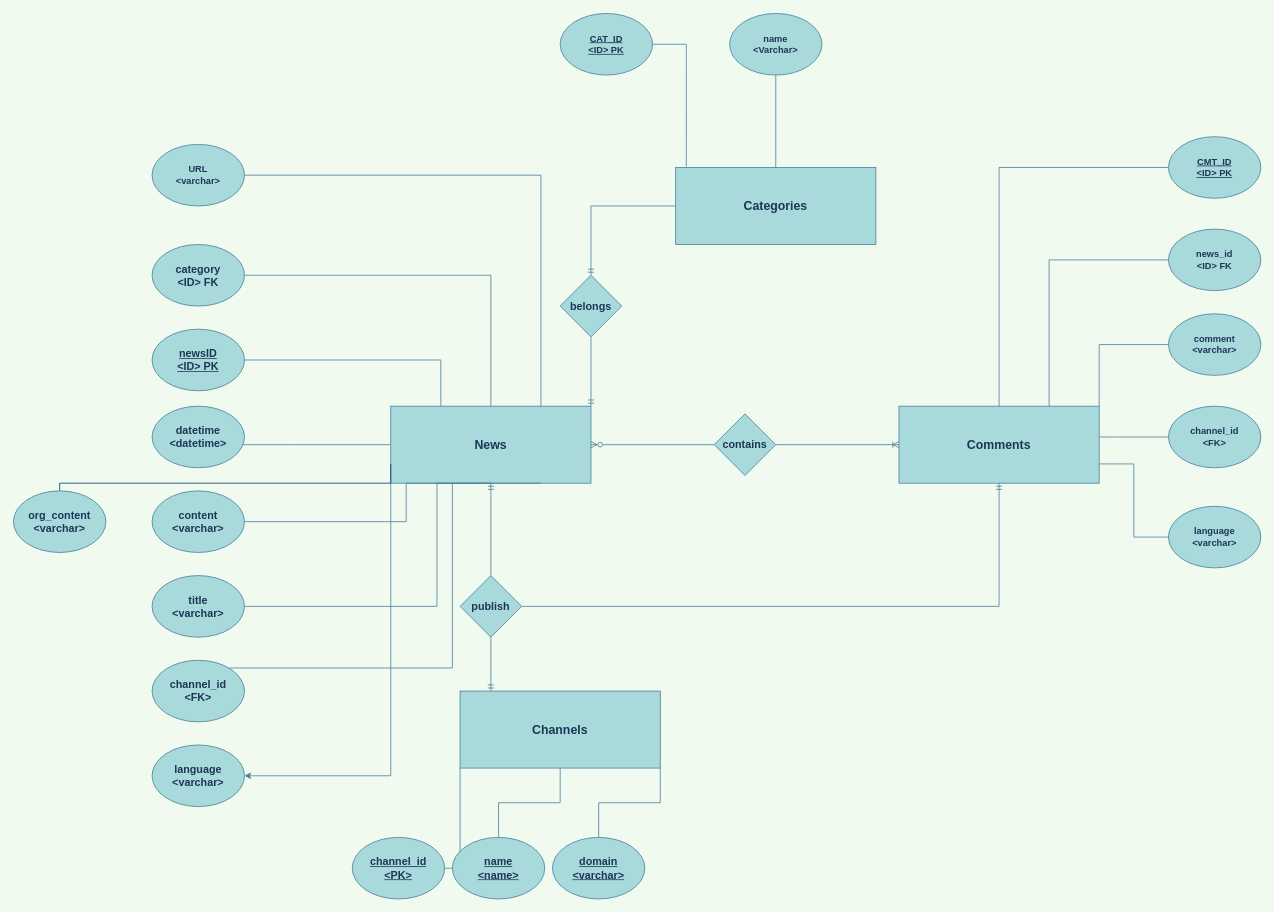
xiaochen93/xiaochen93 keeps this draw.io diagram as news_dataset.drawio. Above is the earlier version. Source tidied: cells renumbered, new cells numbered last; positions are measured from the earlier drawing's top-left corner, leaving out a move shared by most shapes. Both pictures are drawn from the tidied source at 77%, with x=0, y=0 at pixel (13, 13).
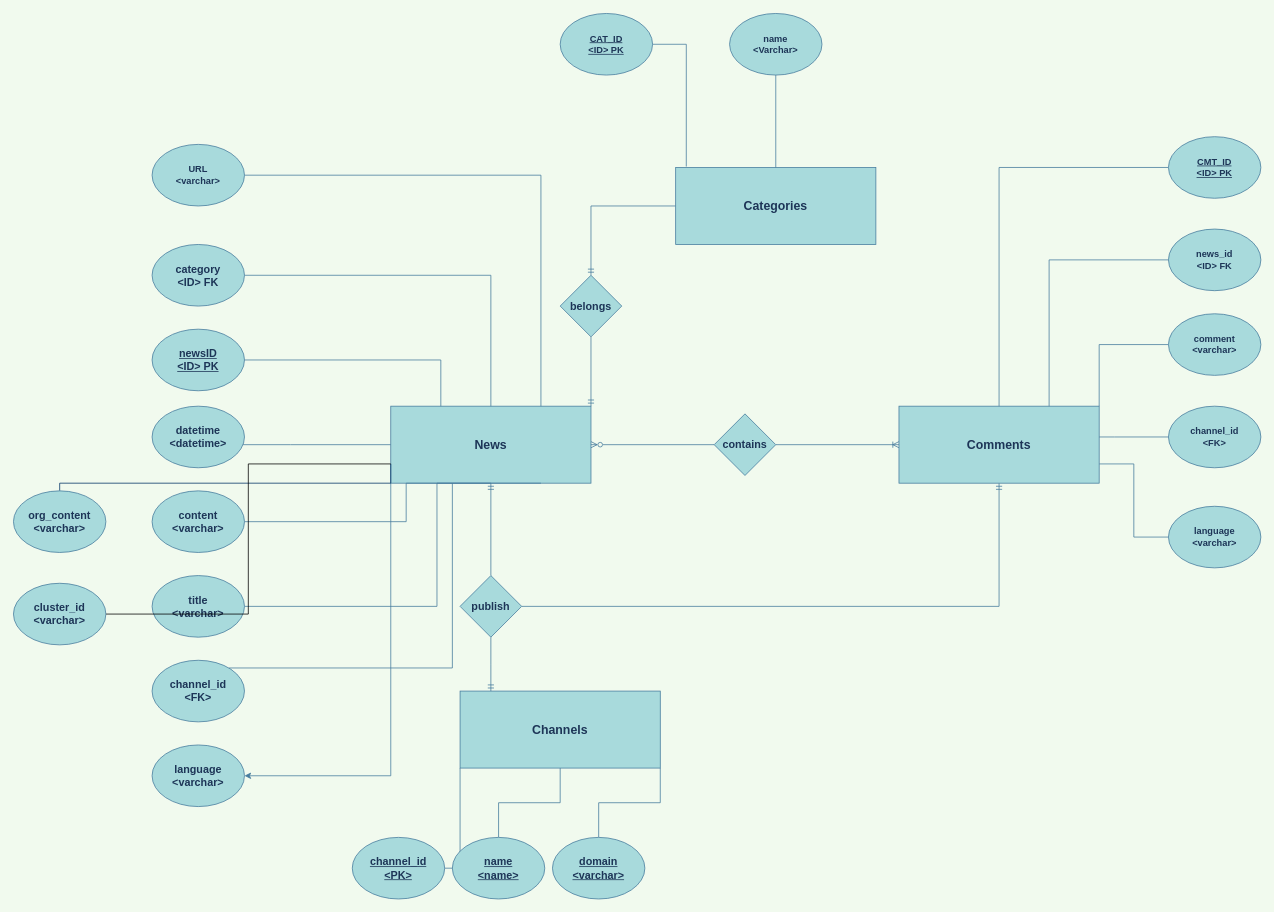
Above is the later version.

Unchanged cells that the change refers to:
```xml
<mxCell id="6" value="News" style="rounded=0;whiteSpace=wrap;html=1;fontSize=16;fontStyle=1;fillColor=#A8DADC;strokeColor=#457B9D;fontColor=#1D3557;" parent="1" vertex="1">
  <mxGeometry x="490" y="510" width="260" height="100" as="geometry" />
</mxCell>
```

Diff of the diagram source:
```diff
@@
+    <mxCell id="54" style="edgeStyle=orthogonalEdgeStyle;rounded=0;jettySize=auto;html=1;entryX=0;entryY=0.75;entryDx=0;entryDy=0;endArrow=none;endFill=0;" parent="1" edge="1" source="55" target="6">
+      <mxGeometry relative="1" as="geometry" />
+    </mxCell>
+    <mxCell id="55" value="cluster_id&lt;br&gt;&amp;lt;varchar&amp;gt;" style="ellipse;whiteSpace=wrap;html=1;fontStyle=1;fontSize=14;fillColor=#A8DADC;strokeColor=#457B9D;fontColor=#1D3557;" parent="1" vertex="1">
+      <mxGeometry y="740" width="120" height="80" as="geometry" />
+    </mxCell>
```
